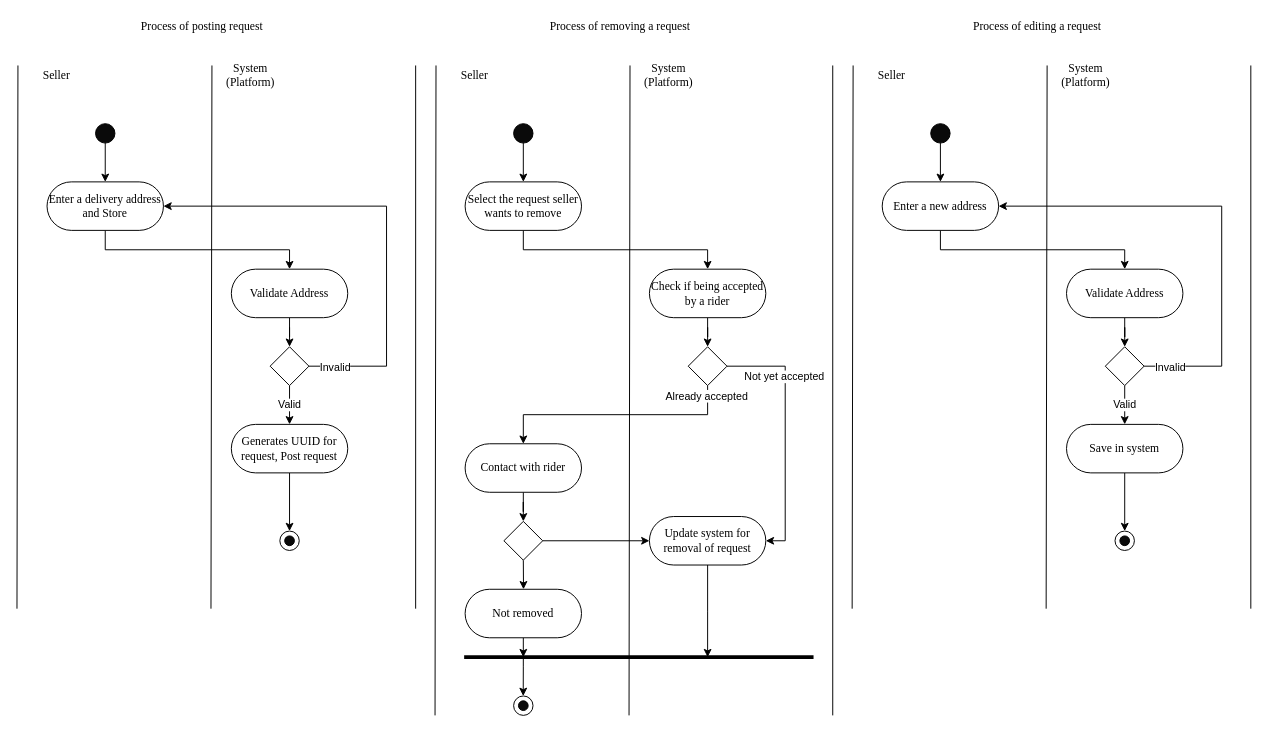
Earlier version of the draw.io diagram Diagrams/Requests/Manage Requests by Sender.drawio (DIT202003G1/SAD-Assignment). Source tidied: cells renumbered, new cells numbered last; positions are measured from the earlier drawing's top-left corner, leaving out a move shared by most shapes. Both pictures are drawn from the tidied source at 97%, with x=0, y=0 at pixel (16, 16).
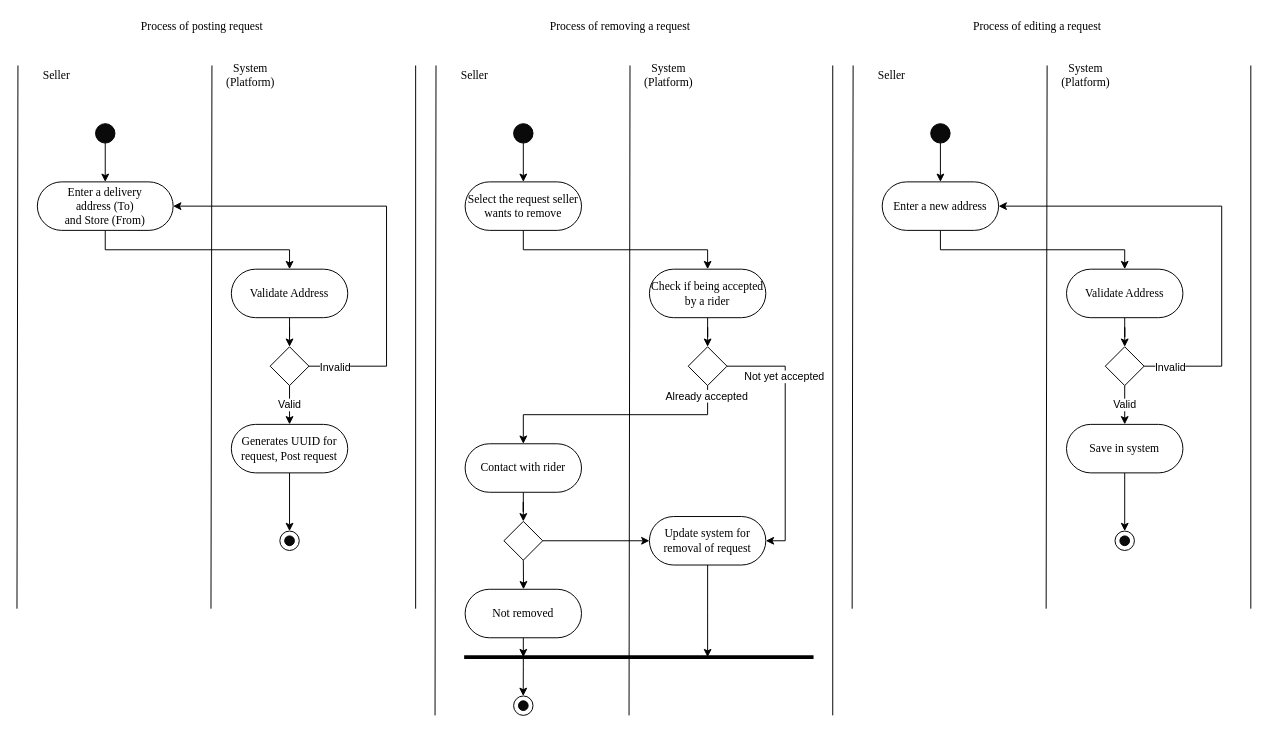
After the change.

The edit, as a diff of the source:
```diff
@@
-    <mxCell id="11" value="Enter a delivery address&lt;br&gt;and Store" style="rounded=1;whiteSpace=wrap;html=1;fontFamily=Times New Roman;fontSize=12;arcSize=50;" parent="1" vertex="1">
-      <mxGeometry x="31" y="170" width="120" height="50" as="geometry" />
+    <mxCell id="11" value="Enter a delivery &lt;br&gt;address (To)&lt;br&gt;and Store (From)" style="rounded=1;whiteSpace=wrap;html=1;fontFamily=Times New Roman;fontSize=12;arcSize=50;" parent="1" vertex="1">
+      <mxGeometry x="21" y="170" width="140" height="50" as="geometry" />
     </mxCell>
```
